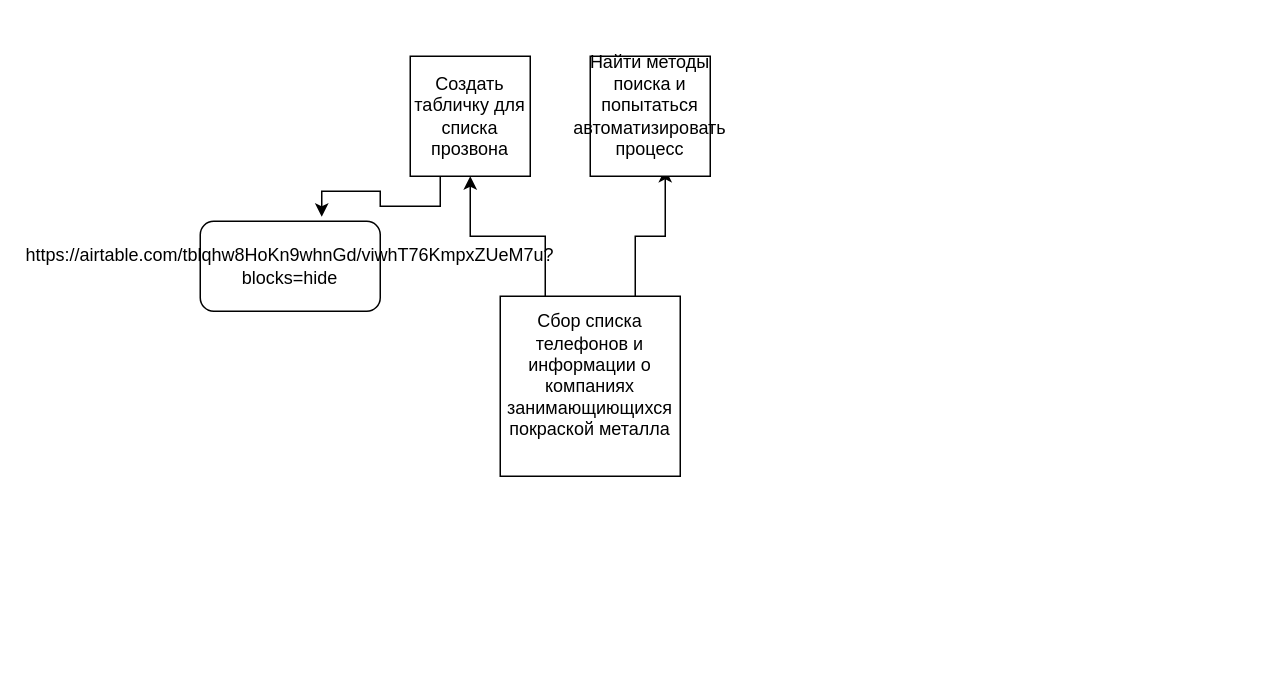
Before: selling.drawio in Diko0brazik/diagrams, a draw.io diagram. Source tidied: cells renumbered, new cells numbered last; positions are measured from the earlier drawing's top-left corner, leaving out a move shared by most shapes. Both pictures are drawn from the tidied source at 150%, with x=0, y=0 at pixel (200, 56).
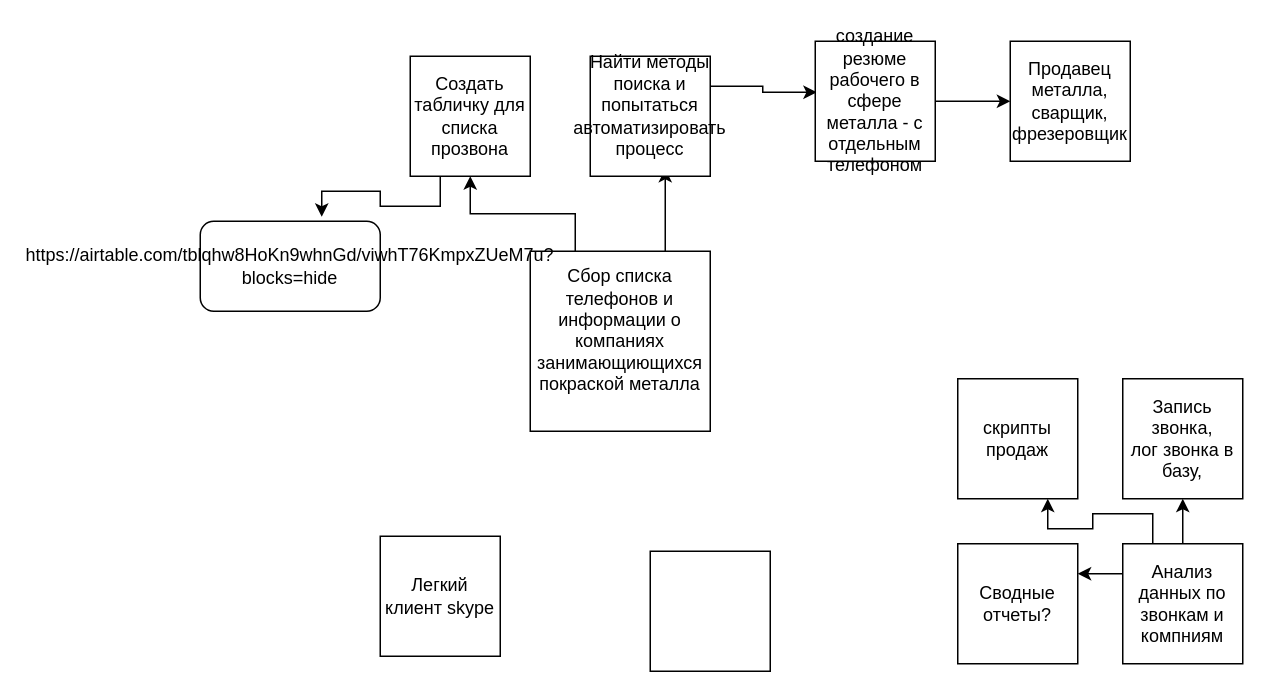
The same page after the edit.

The change refers to these unchanged cells:
```xml
<mxCell id="7" value="Найти методы поиска и попытаться автоматизировать процесс&lt;br&gt;&lt;br&gt;" style="whiteSpace=wrap;html=1;" parent="1" vertex="1">
  <mxGeometry x="260" width="80" height="80" as="geometry" />
</mxCell>
```

What changed in the source:
```diff
@@
     <mxCell id="4" value="Сбор списка телефонов и информации о компаниях&lt;br&gt;занимающиющихся покраской металла&lt;br&gt;&lt;br&gt;" style="whiteSpace=wrap;html=1;" parent="1" vertex="1">
-      <mxGeometry x="200" y="160" width="120" height="120" as="geometry" />
+      <mxGeometry x="220" y="130" width="120" height="120" as="geometry" />
     </mxCell>
@@
+    <mxCell id="9" style="edgeStyle=orthogonalEdgeStyle;rounded=0;jettySize=auto;html=1;exitX=1;exitY=0.25;exitDx=0;exitDy=0;entryX=0.013;entryY=0.425;entryDx=0;entryDy=0;entryPerimeter=0;" parent="1" edge="1" source="7" target="11">
+      <mxGeometry relative="1" as="geometry" />
+    </mxCell>
@@
+    <mxCell id="10" style="edgeStyle=orthogonalEdgeStyle;rounded=0;jettySize=auto;html=1;exitX=1;exitY=0.5;exitDx=0;exitDy=0;" parent="1" edge="1" source="11" target="12">
+      <mxGeometry relative="1" as="geometry" />
+    </mxCell>
+    <mxCell id="11" value="создание резюме рабочего в сфере металла - с отдельным телефоном" style="whiteSpace=wrap;html=1;" parent="1" vertex="1">
+      <mxGeometry x="410" y="-10" width="80" height="80" as="geometry" />
+    </mxCell>
+    <mxCell id="12" value="Продавец металла,&lt;br&gt;сварщик,&lt;br&gt;фрезеровщик&lt;br&gt;" style="whiteSpace=wrap;html=1;" parent="1" vertex="1">
+      <mxGeometry x="540" y="-10" width="80" height="80" as="geometry" />
+    </mxCell>
+    <mxCell id="13" style="edgeStyle=orthogonalEdgeStyle;rounded=0;jettySize=auto;html=1;exitX=0.5;exitY=0;exitDx=0;exitDy=0;entryX=0.5;entryY=1;entryDx=0;entryDy=0;" parent="1" edge="1" source="16" target="17">
+      <mxGeometry relative="1" as="geometry" />
+    </mxCell>
+    <mxCell id="14" style="edgeStyle=orthogonalEdgeStyle;rounded=0;jettySize=auto;html=1;exitX=0.25;exitY=0;exitDx=0;exitDy=0;entryX=0.75;entryY=1;entryDx=0;entryDy=0;" parent="1" edge="1" source="16" target="18">
+      <mxGeometry relative="1" as="geometry" />
+    </mxCell>
+    <mxCell id="15" style="edgeStyle=orthogonalEdgeStyle;rounded=0;jettySize=auto;html=1;exitX=0;exitY=0.25;exitDx=0;exitDy=0;entryX=1;entryY=0.25;entryDx=0;entryDy=0;" parent="1" edge="1" source="16" target="19">
+      <mxGeometry relative="1" as="geometry" />
+    </mxCell>
+    <mxCell id="16" value="Анализ данных по звонкам и компниям&lt;br&gt;" style="whiteSpace=wrap;html=1;" parent="1" vertex="1">
+      <mxGeometry x="615" y="325" width="80" height="80" as="geometry" />
+    </mxCell>
+    <mxCell id="17" value="Запись звонка,&lt;br&gt;лог звонка в базу,&lt;br&gt;" style="whiteSpace=wrap;html=1;" parent="1" vertex="1">
+      <mxGeometry x="615" y="215" width="80" height="80" as="geometry" />
+    </mxCell>
+    <mxCell id="18" value="скрипты продаж&lt;br&gt;" style="whiteSpace=wrap;html=1;" parent="1" vertex="1">
+      <mxGeometry x="505" y="215" width="80" height="80" as="geometry" />
+    </mxCell>
+    <mxCell id="19" value="Сводные отчеты?&lt;br&gt;" style="whiteSpace=wrap;html=1;" parent="1" vertex="1">
+      <mxGeometry x="505" y="325" width="80" height="80" as="geometry" />
+    </mxCell>
+    <mxCell id="20" value="Легкий клиент skype&lt;br&gt;" style="whiteSpace=wrap;html=1;" parent="1" vertex="1">
+      <mxGeometry x="120" y="320" width="80" height="80" as="geometry" />
+    </mxCell>
+    <mxCell id="21" style="whiteSpace=wrap;html=1;" parent="1" vertex="1">
+      <mxGeometry x="300" y="330" width="80" height="80" as="geometry" />
+    </mxCell>
```
